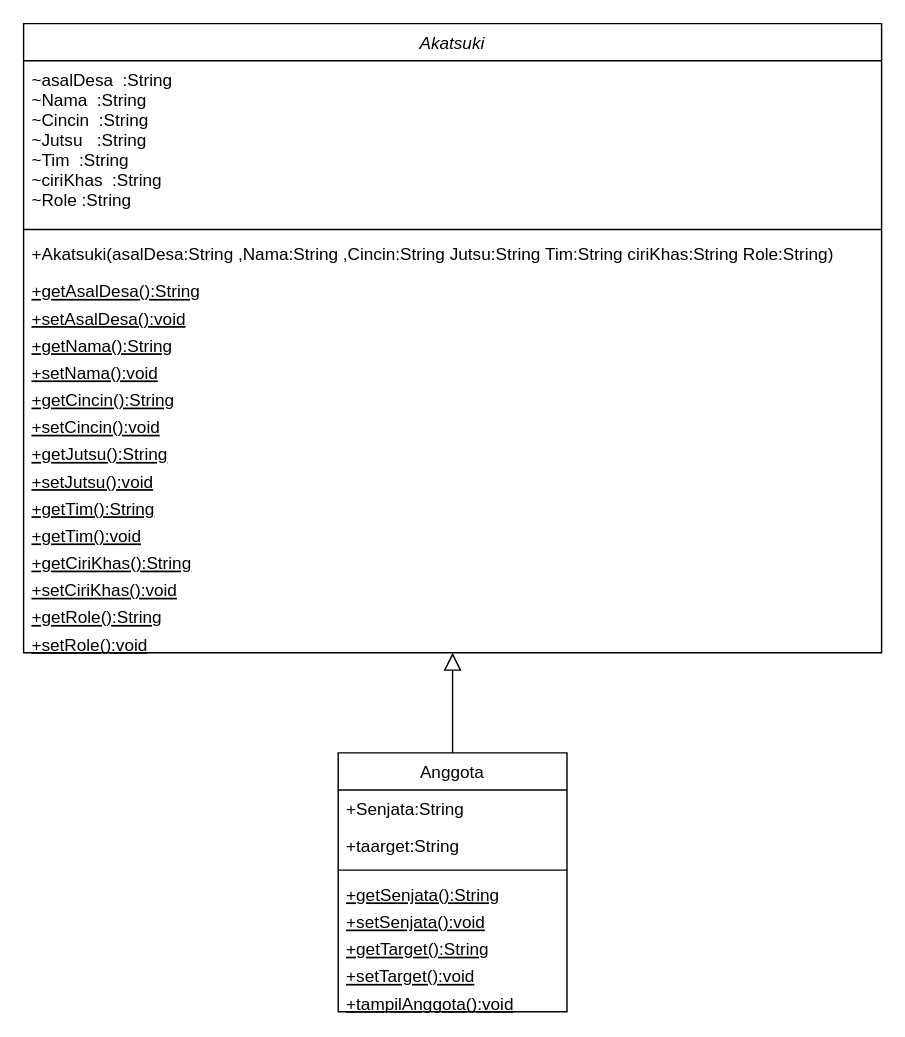
Before: Latihan60.drawio in muhammadfauzanfadhlulbarr/PBO10K-10119176-Latihan-60-Akatsuki, a draw.io diagram. Source tidied: cells renumbered, new cells numbered last; positions are measured from the earlier drawing's top-left corner, leaving out a move shared by most shapes. Both pictures are drawn from the tidied source at 143%, with x=0, y=0 at pixel (23, 23).
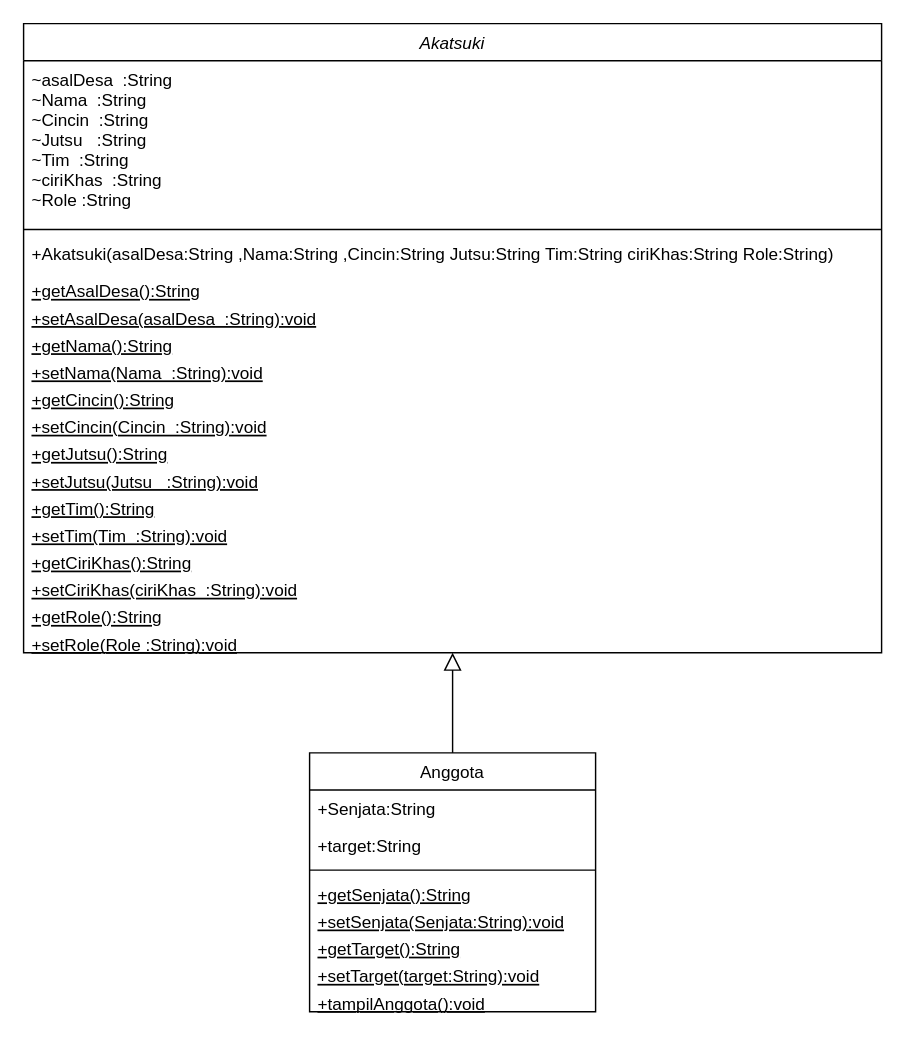
After the change.

The change refers to these unchanged cells:
```xml
<mxCell id="2" value="Akatsuki" style="swimlane;fontStyle=2;align=center;verticalAlign=top;horizontal=1;startSize=26;rounded=0;shadow=0;strokeWidth=1;" parent="1" vertex="1">
  <mxGeometry width="600" height="440" as="geometry" />
</mxCell>
```

The edit, as a diff of the source:
```diff
@@
-    <mxCell id="7" value="+setAsalDesa():void" style="text;align=left;verticalAlign=top;spacingLeft=4;spacingRight=4;overflow=hidden;fontStyle=4;" parent="2" vertex="1">
+    <mxCell id="7" value="+setAsalDesa(asalDesa  :String):void" style="text;align=left;verticalAlign=top;spacingLeft=4;spacingRight=4;overflow=hidden;fontStyle=4;" parent="2" vertex="1">
       <mxGeometry y="193" width="600" height="19" as="geometry" />
     </mxCell>
@@
-    <mxCell id="9" value="+setNama():void" style="text;align=left;verticalAlign=top;spacingLeft=4;spacingRight=4;overflow=hidden;fontStyle=4;" parent="2" vertex="1">
+    <mxCell id="9" value="+setNama(Nama  :String):void" style="text;align=left;verticalAlign=top;spacingLeft=4;spacingRight=4;overflow=hidden;fontStyle=4;" parent="2" vertex="1">
       <mxGeometry y="231" width="600" height="19" as="geometry" />
     </mxCell>
@@
-    <mxCell id="11" value="+setCincin():void" style="text;align=left;verticalAlign=top;spacingLeft=4;spacingRight=4;overflow=hidden;fontStyle=4;" parent="2" vertex="1">
+    <mxCell id="11" value="+setCincin(Cincin  :String):void" style="text;align=left;verticalAlign=top;spacingLeft=4;spacingRight=4;overflow=hidden;fontStyle=4;" parent="2" vertex="1">
       <mxGeometry y="269" width="600" height="19" as="geometry" />
     </mxCell>
@@
-    <mxCell id="13" value="+setJutsu():void" style="text;align=left;verticalAlign=top;spacingLeft=4;spacingRight=4;overflow=hidden;fontStyle=4;" parent="2" vertex="1">
+    <mxCell id="13" value="+setJutsu(Jutsu   :String):void" style="text;align=left;verticalAlign=top;spacingLeft=4;spacingRight=4;overflow=hidden;fontStyle=4;" parent="2" vertex="1">
       <mxGeometry y="307" width="600" height="19" as="geometry" />
     </mxCell>
@@
-    <mxCell id="15" value="+getTim():void" style="text;align=left;verticalAlign=top;spacingLeft=4;spacingRight=4;overflow=hidden;fontStyle=4;" parent="2" vertex="1">
+    <mxCell id="15" value="+setTim(Tim  :String):void" style="text;align=left;verticalAlign=top;spacingLeft=4;spacingRight=4;overflow=hidden;fontStyle=4;" parent="2" vertex="1">
       <mxGeometry y="345" width="600" height="19" as="geometry" />
     </mxCell>
@@
-    <mxCell id="17" value="+setCiriKhas():void" style="text;align=left;verticalAlign=top;spacingLeft=4;spacingRight=4;overflow=hidden;fontStyle=4;" parent="2" vertex="1">
+    <mxCell id="17" value="+setCiriKhas(ciriKhas  :String):void" style="text;align=left;verticalAlign=top;spacingLeft=4;spacingRight=4;overflow=hidden;fontStyle=4;" parent="2" vertex="1">
       <mxGeometry y="383" width="600" height="19" as="geometry" />
     </mxCell>
@@
-    <mxCell id="19" value="+setRole():void" style="text;align=left;verticalAlign=top;spacingLeft=4;spacingRight=4;overflow=hidden;fontStyle=4;" parent="2" vertex="1">
+    <mxCell id="19" value="+setRole(Role :String):void" style="text;align=left;verticalAlign=top;spacingLeft=4;spacingRight=4;overflow=hidden;fontStyle=4;" parent="2" vertex="1">
       <mxGeometry y="421" width="600" height="19" as="geometry" />
     </mxCell>
     <mxCell id="20" value="Anggota" style="swimlane;fontStyle=0;align=center;verticalAlign=top;horizontal=1;startSize=26;rounded=0;shadow=0;strokeWidth=1;" parent="1" vertex="1">
-      <mxGeometry x="220" y="510" width="160" height="181" as="geometry" />
+      <mxGeometry x="200" y="510" width="200" height="181" as="geometry" />
     </mxCell>
     <mxCell id="21" value="+Senjata:String" style="text;align=left;verticalAlign=top;spacingLeft=4;spacingRight=4;overflow=hidden;" parent="20" vertex="1">
-      <mxGeometry y="26" width="160" height="26" as="geometry" />
+      <mxGeometry y="26" width="200" height="26" as="geometry" />
     </mxCell>
-    <mxCell id="22" value="+taarget:String" style="text;align=left;verticalAlign=top;spacingLeft=4;spacingRight=4;overflow=hidden;" parent="20" vertex="1">
-      <mxGeometry y="52" width="160" height="26" as="geometry" />
+    <mxCell id="22" value="+target:String" style="text;align=left;verticalAlign=top;spacingLeft=4;spacingRight=4;overflow=hidden;" parent="20" vertex="1">
+      <mxGeometry y="52" width="200" height="26" as="geometry" />
     </mxCell>
     <mxCell id="23" style="line;html=1;strokeWidth=1;align=left;verticalAlign=middle;spacingTop=-1;spacingLeft=3;spacingRight=3;labelPosition=right;" parent="20" vertex="1">
-      <mxGeometry y="78" width="160" height="8" as="geometry" />
+      <mxGeometry y="78" width="200" height="8" as="geometry" />
     </mxCell>
     <mxCell id="24" value="+getSenjata():String" style="text;align=left;verticalAlign=top;spacingLeft=4;spacingRight=4;overflow=hidden;fontStyle=4;" parent="20" vertex="1">
-      <mxGeometry y="86" width="160" height="19" as="geometry" />
+      <mxGeometry y="86" width="200" height="19" as="geometry" />
     </mxCell>
-    <mxCell id="25" value="+setSenjata():void" style="text;align=left;verticalAlign=top;spacingLeft=4;spacingRight=4;overflow=hidden;fontStyle=4;" parent="20" vertex="1">
-      <mxGeometry y="105" width="160" height="19" as="geometry" />
+    <mxCell id="25" value="+setSenjata(Senjata:String):void" style="text;align=left;verticalAlign=top;spacingLeft=4;spacingRight=4;overflow=hidden;fontStyle=4;" parent="20" vertex="1">
+      <mxGeometry y="105" width="200" height="19" as="geometry" />
     </mxCell>
     <mxCell id="26" value="+getTarget():String" style="text;align=left;verticalAlign=top;spacingLeft=4;spacingRight=4;overflow=hidden;fontStyle=4;" parent="20" vertex="1">
-      <mxGeometry y="124" width="160" height="19" as="geometry" />
+      <mxGeometry y="124" width="200" height="19" as="geometry" />
     </mxCell>
-    <mxCell id="27" value="+setTarget():void" style="text;align=left;verticalAlign=top;spacingLeft=4;spacingRight=4;overflow=hidden;fontStyle=4;" parent="20" vertex="1">
-      <mxGeometry y="143" width="160" height="19" as="geometry" />
+    <mxCell id="27" value="+setTarget(target:String):void" style="text;align=left;verticalAlign=top;spacingLeft=4;spacingRight=4;overflow=hidden;fontStyle=4;" parent="20" vertex="1">
+      <mxGeometry y="143" width="200" height="19" as="geometry" />
     </mxCell>
     <mxCell id="28" value="+tampilAnggota():void" style="text;align=left;verticalAlign=top;spacingLeft=4;spacingRight=4;overflow=hidden;fontStyle=4;" parent="20" vertex="1">
-      <mxGeometry y="162" width="160" height="19" as="geometry" />
+      <mxGeometry y="162" width="200" height="19" as="geometry" />
     </mxCell>
```
